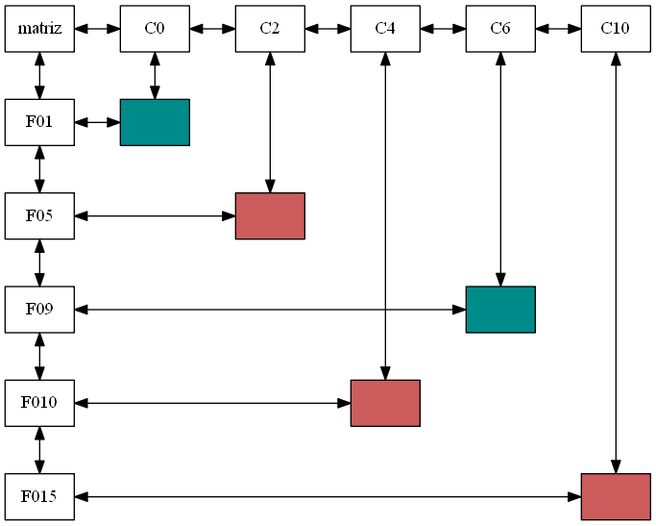
hr9457/EDD_1S2020_PY1_201314296 keeps this Graphviz diagram as Reportes/Matriz.png. Above is the earlier version. Its source is kept beside it as ArchivosDot/Matriz.dot.
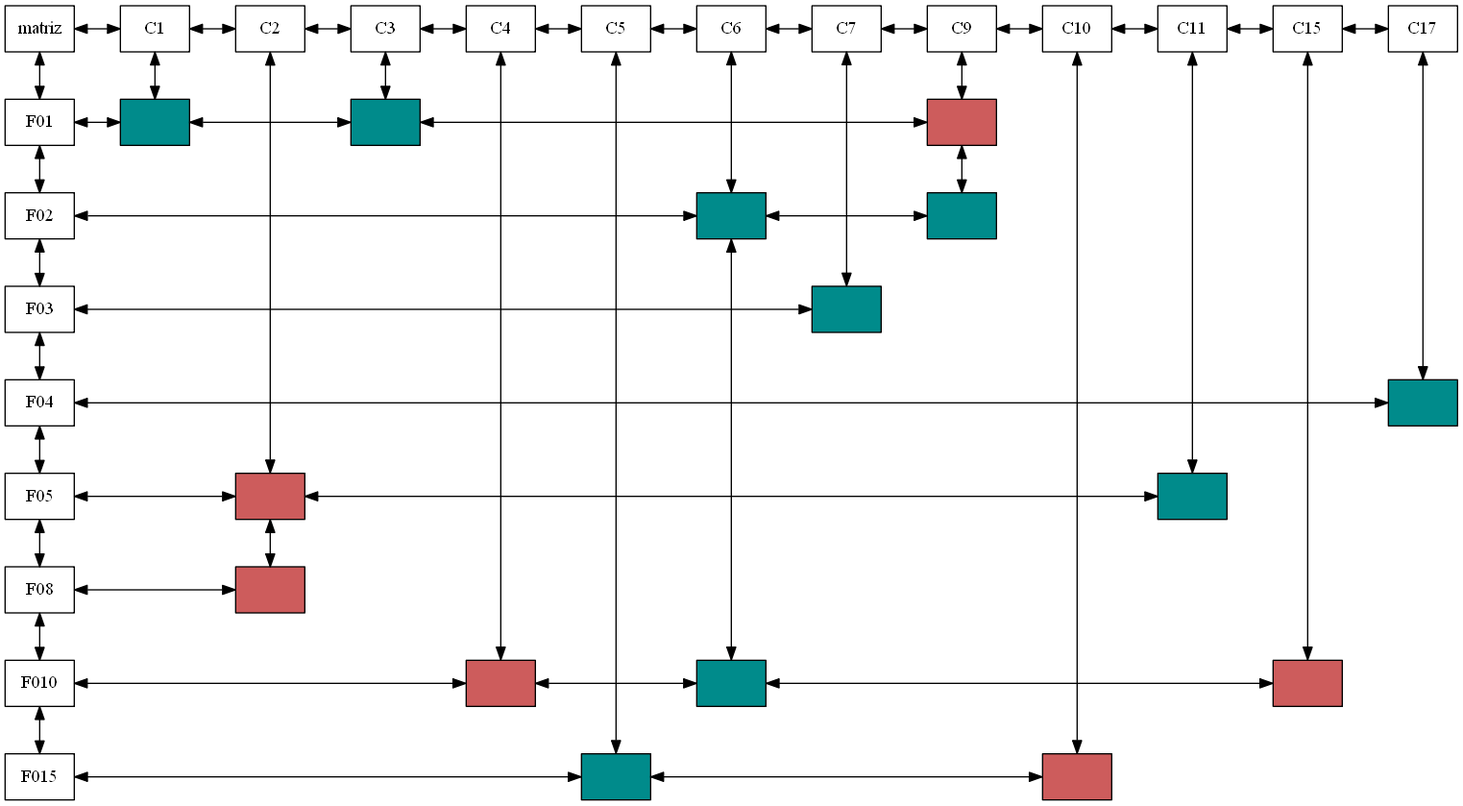
The same file after the commit.

What changed in the source:
```diff
@@ -2,43 +2,76 @@
 graph [ranksep="0.5", nodesep="0.5"];
 node [shape=record];
 matriz[group = columna];
-C00[group =0,label="C0"];
+C10[group =0,label="C1"];
 C20[group =1,label="C2"];
-C40[group =2,label="C4"];
-C60[group =3,label="C6"];
-C100[group =4,label="C10"];
-C00->C20->C40->C60->C100[dir=both];
-{rank = same; matriz;C00;C20;C40;C60;C100}
-matriz->C00[dir=both];
+C30[group =2,label="C3"];
+C40[group =3,label="C4"];
+C50[group =4,label="C5"];
+C60[group =5,label="C6"];
+C70[group =6,label="C7"];
+C90[group =7,label="C9"];
+C100[group =8,label="C10"];
+C110[group =9,label="C11"];
+C150[group =10,label="C15"];
+C170[group =11,label="C17"];
+C10->C20->C30->C40->C50->C60->C70->C90->C100->C110->C150->C170[dir=both];
+{rank = same; matriz;C10;C20;C30;C40;C50;C60;C70;C90;C100;C110;C150;C170}
+matriz->C10[dir=both];
 
 F01[group = columna];
+F02[group = columna];
+F03[group = columna];
+F04[group = columna];
 F05[group = columna];
-F09[group = columna];
+F08[group = columna];
 F010[group = columna];
 F015[group = columna];
-F01->F05->F09->F010->F015[dir=both];
+F01->F02->F03->F04->F05->F08->F010->F015[dir=both];
 matriz->F01[dir=both];
 
-F01->nodo010[dir=both];
-{rank = same; F01;nodo010;}
-F05->nodo250[dir=both];
-{rank = same; F05;nodo250;}
-F09->nodo690[dir=both];
-{rank = same; F09;nodo690;}
-F010->nodo4100[dir=both];
-{rank = same; F010;nodo4100;}
-F015->nodo10150[dir=both];
-{rank = same; F015;nodo10150;}
+F01->nodo110->nodo310->nodo910[dir=both];
+{rank = same; F01;nodo110;nodo310;nodo910;}
+F02->nodo620->nodo920[dir=both];
+{rank = same; F02;nodo620;nodo920;}
+F03->nodo730[dir=both];
+{rank = same; F03;nodo730;}
+F04->nodo1740[dir=both];
+{rank = same; F04;nodo1740;}
+F05->nodo250->nodo1150[dir=both];
+{rank = same; F05;nodo250;nodo1150;}
+F08->nodo280[dir=both];
+{rank = same; F08;nodo280;}
+F010->nodo4100->nodo6100->nodo15100[dir=both];
+{rank = same; F010;nodo4100;nodo6100;nodo15100;}
+F015->nodo5150->nodo10150[dir=both];
+{rank = same; F015;nodo5150;nodo10150;}
 
-nodo010[group =0,label=" ",style=filled,fillcolor="cyan4"];
-C00->nodo010[dir=both];
+nodo110[group =0,label=" ",style=filled,fillcolor="cyan4"];
+C10->nodo110[dir=both];
 nodo250[group =1,label=" ",style=filled,fillcolor="Indianred"];
-C20->nodo250[dir=both];
-nodo4100[group =2,label=" ",style=filled,fillcolor="Indianred"];
+nodo280[group =1,label=" ",style=filled,fillcolor="Indianred"];
+C20->nodo250->nodo280[dir=both];
+nodo310[group =2,label=" ",style=filled,fillcolor="cyan4"];
+C30->nodo310[dir=both];
+nodo4100[group =3,label=" ",style=filled,fillcolor="Indianred"];
 C40->nodo4100[dir=both];
-nodo690[group =3,label=" ",style=filled,fillcolor="cyan4"];
-C60->nodo690[dir=both];
-nodo10150[group =4,label=" ",style=filled,fillcolor="Indianred"];
+nodo5150[group =4,label=" ",style=filled,fillcolor="cyan4"];
+C50->nodo5150[dir=both];
+nodo620[group =5,label=" ",style=filled,fillcolor="cyan4"];
+nodo6100[group =5,label=" ",style=filled,fillcolor="cyan4"];
+C60->nodo620->nodo6100[dir=both];
+nodo730[group =6,label=" ",style=filled,fillcolor="cyan4"];
+C70->nodo730[dir=both];
+nodo910[group =7,label=" ",style=filled,fillcolor="Indianred"];
+nodo920[group =7,label=" ",style=filled,fillcolor="cyan4"];
+C90->nodo910->nodo920[dir=both];
+nodo10150[group =8,label=" ",style=filled,fillcolor="Indianred"];
 C100->nodo10150[dir=both];
+nodo1150[group =9,label=" ",style=filled,fillcolor="cyan4"];
+C110->nodo1150[dir=both];
+nodo15100[group =10,label=" ",style=filled,fillcolor="Indianred"];
+C150->nodo15100[dir=both];
+nodo1740[group =11,label=" ",style=filled,fillcolor="cyan4"];
+C170->nodo1740[dir=both];
 
 }
```
